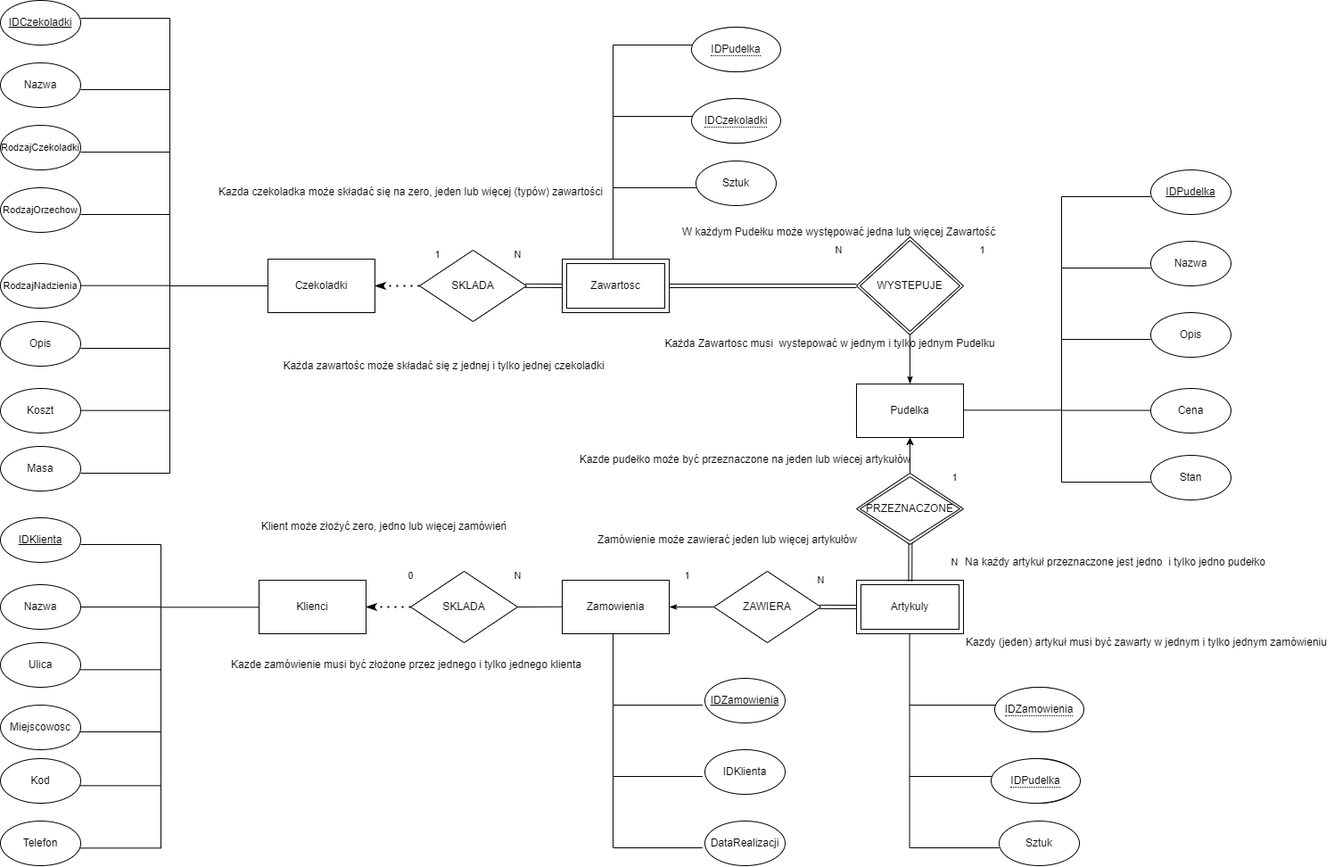
krawczykaghust/agh-database keeps this draw.io diagram as zadanie4.png. Above is the earlier version. Source tidied: cells renumbered, new cells last; positions are measured from the earlier drawing's top-left corner, leaving out a move shared by most shapes.
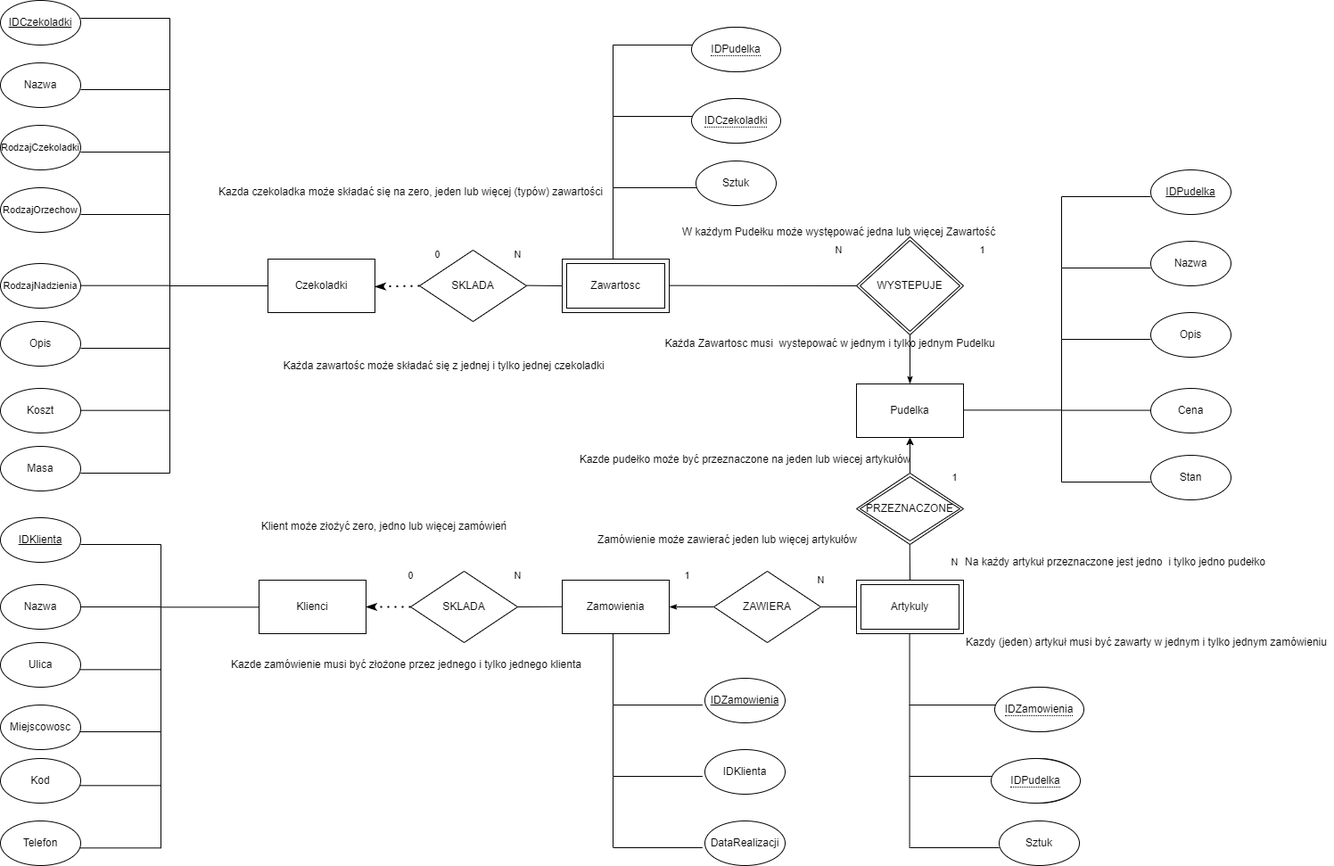
The same diagram one commit later.

What changed in the source:
```diff
@@ -467,7 +467,7 @@
         <mxPoint x="90" y="610" as="targetPoint" />
       </mxGeometry>
     </mxCell>
-    <mxCell id="100" value="1" style="text;html=1;align=center;verticalAlign=middle;strokeColor=none;fillColor=none;fontSize=11;" parent="1" vertex="1">
+    <mxCell id="100" value="0" style="text;html=1;align=center;verticalAlign=middle;strokeColor=none;fillColor=none;fontSize=11;" parent="1" vertex="1">
       <mxGeometry x="480" y="275" width="20" height="20" as="geometry" />
     </mxCell>
     <mxCell id="101" value="N" style="text;html=1;align=center;verticalAlign=middle;strokeColor=none;fillColor=none;fontSize=11;" parent="1" vertex="1">
@@ -527,14 +527,6 @@
     <mxCell id="119" value="PRZEZNACZONE" style="shape=rhombus;double=1;perimeter=rhombusPerimeter;whiteSpace=wrap;html=1;align=center;" parent="1" vertex="1">
       <mxGeometry x="960" y="530" width="120" height="80" as="geometry" />
     </mxCell>
-    <mxCell id="120" style="shape=link;html=1;rounded=0;entryX=0;entryY=0.5;entryDx=0;entryDy=0;" parent="1" edge="1" target="117">
-      <mxGeometry relative="1" as="geometry">
-        <mxPoint x="750" y="320" as="sourcePoint" />
-      </mxGeometry>
-    </mxCell>
-    <mxCell id="121" style="shape=link;html=1;rounded=0;width=-3.793103448275862;entryX=0.503;entryY=0.021;entryDx=0;entryDy=0;entryPerimeter=0;exitX=0.504;exitY=0.978;exitDx=0;exitDy=0;exitPerimeter=0;" parent="1" edge="1" source="119" target="10">
-      <mxGeometry relative="1" as="geometry" />
-    </mxCell>
     <mxCell id="122" value="Na każdy artykuł przeznaczone jest jedno&amp;nbsp; i tylko jedno pudełko" style="text;html=1;align=center;verticalAlign=middle;strokeColor=none;fillColor=none;" parent="1" vertex="1">
       <mxGeometry x="1075" y="620" width="350" height="20" as="geometry" />
     </mxCell>
@@ -556,15 +548,6 @@
     <mxCell id="128" value="&lt;span style=&quot;border-bottom: 1px dotted&quot;&gt;IDPudelka&lt;/span&gt;" style="ellipse;whiteSpace=wrap;html=1;align=center;" parent="1" vertex="1">
       <mxGeometry x="1111" y="850" width="100" height="50" as="geometry" />
     </mxCell>
-    <mxCell id="129" style="shape=link;html=1;rounded=0;entryX=0;entryY=0.5;entryDx=0;entryDy=0;exitX=0.989;exitY=0.498;exitDx=0;exitDy=0;exitPerimeter=0;" parent="1" edge="1" source="3" target="118">
-      <mxGeometry relative="1" as="geometry" />
-    </mxCell>
-    <mxCell id="130" style="shape=link;html=1;rounded=0;entryX=0;entryY=0.5;entryDx=0;entryDy=0;exitX=0.989;exitY=0.498;exitDx=0;exitDy=0;exitPerimeter=0;" parent="1" edge="1">
-      <mxGeometry relative="1" as="geometry">
-        <mxPoint x="918.7" y="679.9" as="sourcePoint" />
-        <mxPoint x="960" y="680.1" as="targetPoint" />
-      </mxGeometry>
-    </mxCell>
     <mxCell id="131" style="endArrow=none;dashed=1;html=1;dashPattern=1 3;strokeWidth=2;rounded=0;edgeStyle=elbowEdgeStyle;elbow=vertical;exitX=0;exitY=0.5;exitDx=0;exitDy=0;endArrow=classicThin;endFill=1;entryX=1;entryY=0.5;entryDx=0;entryDy=0;" parent="1" edge="1" source="3" target="2">
       <mxGeometry relative="1" as="geometry" />
     </mxCell>
@@ -582,5 +565,28 @@
         <mxPoint x="580" y="680" as="targetPoint" />
       </mxGeometry>
     </mxCell>
+    <mxCell id="134" style="endArrow=none;html=1;rounded=0;" parent="1" edge="1">
+      <mxGeometry relative="1" as="geometry">
+        <mxPoint x="630" y="320" as="sourcePoint" />
+        <mxPoint x="590" y="319.6" as="targetPoint" />
+      </mxGeometry>
+    </mxCell>
+    <mxCell id="135" style="endArrow=none;html=1;rounded=0;exitX=0;exitY=0.5;exitDx=0;exitDy=0;" parent="1" edge="1" source="117">
+      <mxGeometry relative="1" as="geometry">
+        <mxPoint x="750" y="319.6" as="targetPoint" />
+      </mxGeometry>
+    </mxCell>
+    <mxCell id="136" style="endArrow=none;html=1;rounded=0;" parent="1" edge="1">
+      <mxGeometry relative="1" as="geometry">
+        <mxPoint x="1019.8" y="610" as="sourcePoint" />
+        <mxPoint x="1020" y="650" as="targetPoint" />
+      </mxGeometry>
+    </mxCell>
+    <mxCell id="137" style="endArrow=none;html=1;rounded=0;" parent="1" edge="1">
+      <mxGeometry relative="1" as="geometry">
+        <mxPoint x="960" y="680" as="sourcePoint" />
+        <mxPoint x="920" y="680" as="targetPoint" />
+      </mxGeometry>
+    </mxCell>
   </root>
 </mxGraphModel>
```
